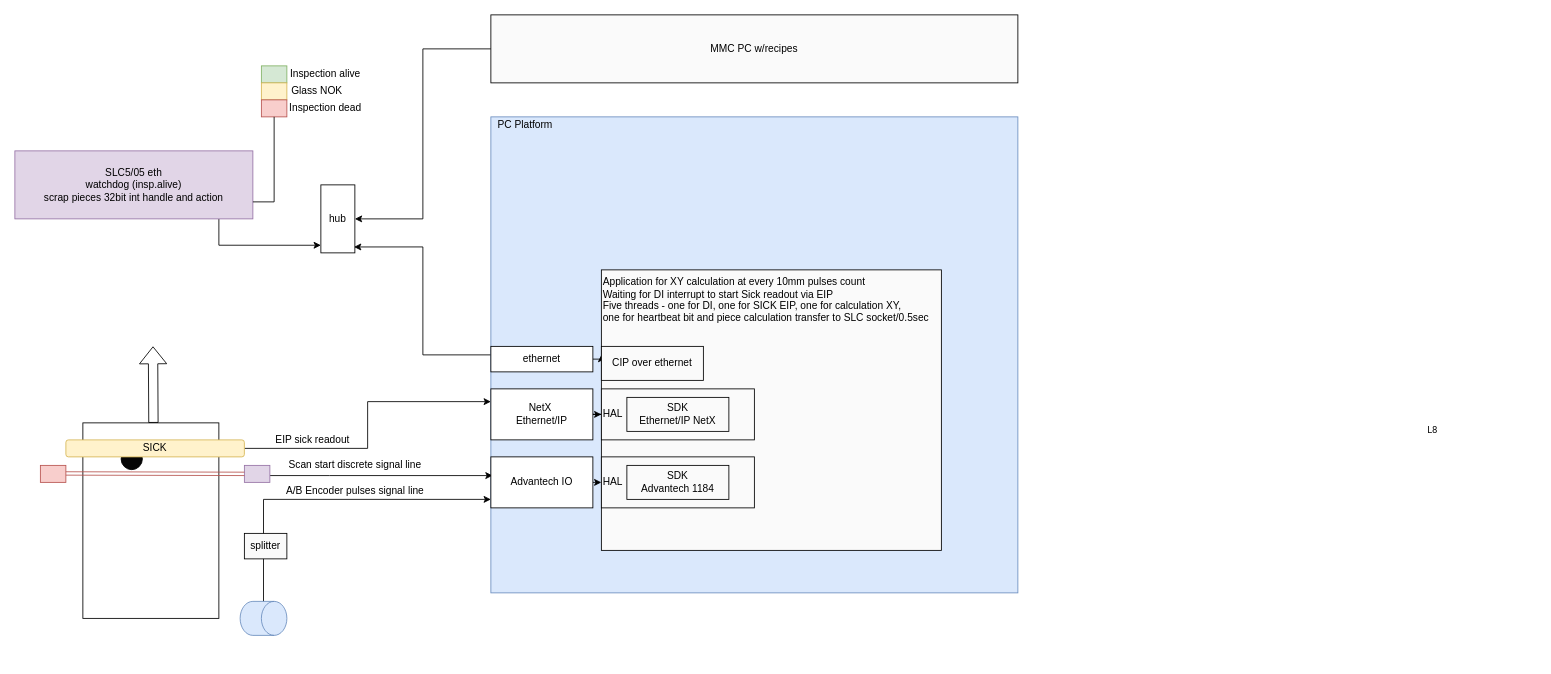
The draw.io diagram page "schema" (1 of 3) of Inspection Platform Dataflow.drawio in megavad/Diagrams, before the edit. Source tidied: cells renumbered, new cells numbered last; positions are measured from the earlier drawing's top-left corner, leaving out a move shared by most shapes. Both pictures are drawn from the tidied source at 85%, with x=0, y=0 at pixel (14, 14).
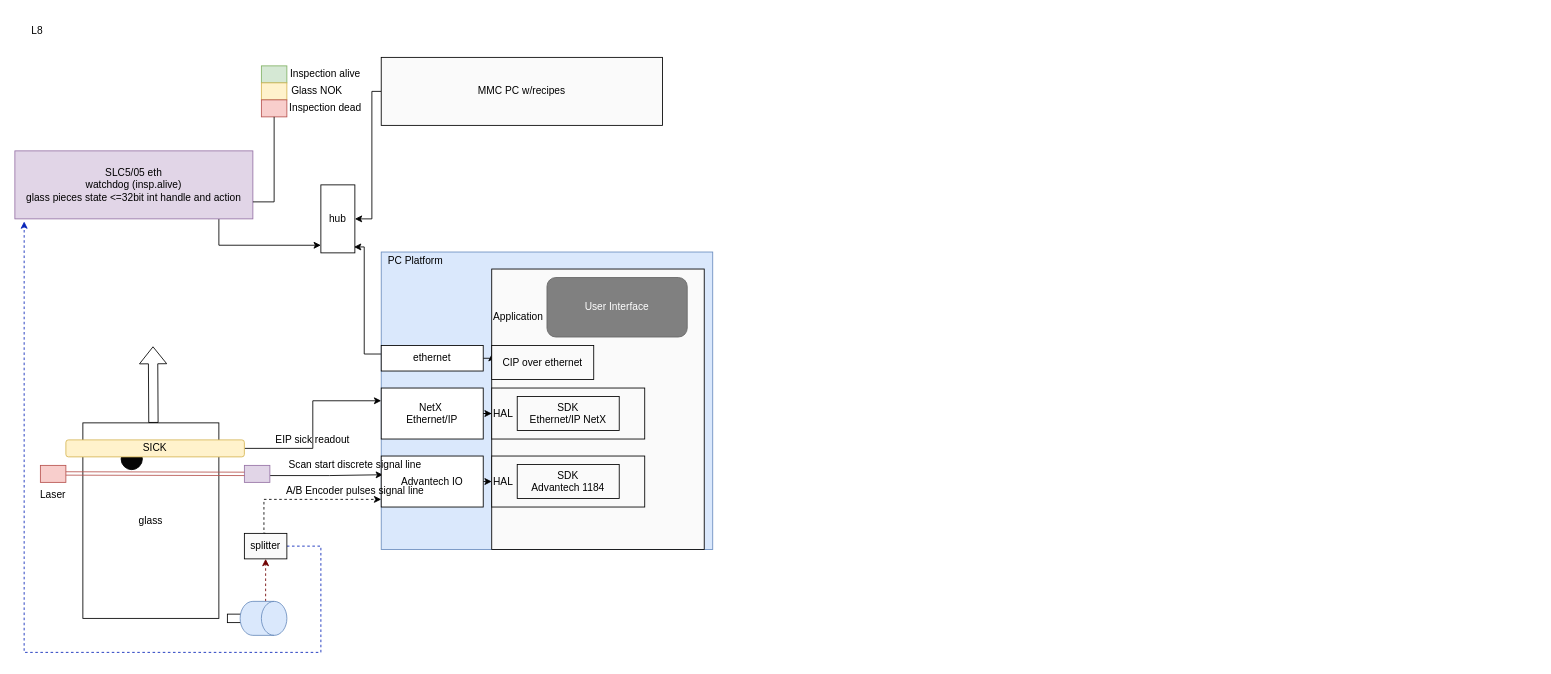
The same diagram, later.

Unchanged cells that the change refers to:
```xml
<mxCell id="9" value="hub" style="rounded=0;whiteSpace=wrap;html=1;" parent="1" vertex="1">
  <mxGeometry x="360" y="200" width="40" height="80" as="geometry" />
</mxCell>
<mxCell id="26" style="shape=cylinder3;whiteSpace=wrap;html=1;boundedLbl=1;backgroundOutline=1;size=15;direction=south;fillColor=#dae8fc;strokeColor=#6c8ebf;" parent="1" vertex="1">
  <mxGeometry x="265" y="690" width="55" height="40" as="geometry" />
</mxCell>
<mxCell id="32" value="splitter" style="rounded=0;whiteSpace=wrap;html=1;fillColor=#FAFAFA;" parent="1" vertex="1">
  <mxGeometry x="270" y="610" width="50" height="30" as="geometry" />
</mxCell>
```

Diff of the diagram source:
```diff
@@
-    <mxCell id="2" value="L8" style="text;html=1;align=left;verticalAlign=top;spacingTop=-4;fontSize=10;fontFamily=Verdana;" parent="1" vertex="1">
-      <mxGeometry x="1660" y="480" width="130" height="20" as="geometry" />
-    </mxCell>
+    <mxCell id="45" style="rounded=0;whiteSpace=wrap;html=1;fontColor=#030303;fillColor=none;" parent="1" vertex="1">
+      <mxGeometry x="250" y="705" width="20" height="10" as="geometry" />
+    </mxCell>
@@
-    <mxCell id="4" value="SLC5/05 eth&lt;br&gt;watchdog (insp.alive)&lt;br&gt;scrap pieces 32bit int handle and action&lt;br&gt;" style="rounded=0;whiteSpace=wrap;html=1;fillColor=#e1d5e7;strokeColor=#9673a6;" parent="1" vertex="1">
+    <mxCell id="4" value="SLC5/05 eth&lt;br&gt;watchdog (insp.alive)&lt;br&gt;glass pieces state &amp;lt;=32bit int handle and action" style="rounded=0;whiteSpace=wrap;html=1;fillColor=#e1d5e7;strokeColor=#9673a6;" parent="1" vertex="1">
       <mxGeometry y="160" width="280" height="80" as="geometry" />
     </mxCell>
@@
     <mxCell id="10" style="edgeStyle=orthogonalEdgeStyle;rounded=0;jettySize=auto;html=1;entryX=0.975;entryY=0.913;entryDx=0;entryDy=0;entryPerimeter=0;" parent="1" edge="1" source="11" target="9">
-      <mxGeometry relative="1" as="geometry" />
+      <mxGeometry relative="1" as="geometry">
+        <Array as="points">
+          <mxPoint x="411" y="399" />
+          <mxPoint x="411" y="273" />
+        </Array>
+      </mxGeometry>
     </mxCell>
     <mxCell id="11" style="rounded=0;whiteSpace=wrap;html=1;fillColor=#dae8fc;strokeColor=#6c8ebf;" parent="1" vertex="1">
-      <mxGeometry x="560" y="120" width="620" height="560" as="geometry" />
+      <mxGeometry x="431" y="279" width="390" height="350" as="geometry" />
     </mxCell>
@@
     <mxCell id="13" value="ethernet" style="rounded=0;whiteSpace=wrap;html=1;" parent="1" vertex="1">
-      <mxGeometry x="560" y="390" width="120" height="30" as="geometry" />
+      <mxGeometry x="431" y="389" width="120" height="30" as="geometry" />
     </mxCell>
@@
     <mxCell id="15" value="NetX&amp;nbsp;&lt;br&gt;Ethernet/IP" style="rounded=0;whiteSpace=wrap;html=1;" parent="1" vertex="1">
-      <mxGeometry x="560" y="440" width="120" height="60" as="geometry" />
+      <mxGeometry x="431" y="439" width="120" height="60" as="geometry" />
     </mxCell>
-    <mxCell id="16" style="rounded=0;whiteSpace=wrap;html=1;" parent="1" vertex="1">
+    <mxCell id="16" value="glass" style="rounded=0;whiteSpace=wrap;html=1;" parent="1" vertex="1">
       <mxGeometry x="80" y="480" width="160" height="230" as="geometry" />
     </mxCell>
@@
     <mxCell id="24" value="Advantech IO" style="rounded=0;whiteSpace=wrap;html=1;" parent="1" vertex="1">
-      <mxGeometry x="560" y="520" width="120" height="60" as="geometry" />
+      <mxGeometry x="431" y="519" width="120" height="60" as="geometry" />
     </mxCell>
-    <mxCell id="25" style="edgeStyle=orthogonalEdgeStyle;rounded=0;jettySize=auto;html=1;" parent="1" edge="1" source="26" target="24">
+    <mxCell id="25" style="edgeStyle=orthogonalEdgeStyle;rounded=0;jettySize=auto;html=1;dashed=1;exitX=0.5;exitY=0;exitDx=0;exitDy=0;" parent="1" edge="1" source="32" target="24">
       <mxGeometry relative="1" as="geometry">
         <Array as="points">
+          <mxPoint x="293" y="610" />
           <mxPoint x="293" y="570" />
         </Array>
       </mxGeometry>
     </mxCell>
+    <mxCell id="46" style="edgeStyle=orthogonalEdgeStyle;rounded=0;jettySize=auto;html=1;dashed=1;fontColor=#030303;strokeColor=#6F0000;strokeWidth=1;fillColor=#a20025;" parent="1" edge="1" source="26" target="32">
+      <mxGeometry relative="1" as="geometry">
+        <Array as="points">
+          <mxPoint x="295" y="680" />
+          <mxPoint x="295" y="680" />
+        </Array>
+      </mxGeometry>
+    </mxCell>
@@
+    <mxCell id="47" style="edgeStyle=orthogonalEdgeStyle;rounded=0;jettySize=auto;html=1;entryX=0.039;entryY=1.038;entryDx=0;entryDy=0;entryPerimeter=0;fontColor=#030303;strokeColor=#0623B8;strokeWidth=1;dashed=1;" parent="1" edge="1" source="32" target="4">
+      <mxGeometry relative="1" as="geometry">
+        <Array as="points">
+          <mxPoint x="360" y="625" />
+          <mxPoint x="360" y="750" />
+          <mxPoint x="11" y="750" />
+        </Array>
+      </mxGeometry>
+    </mxCell>
@@
     <mxCell id="33" value="PC Platform" style="text;html=1;align=center;verticalAlign=middle;strokeColor=none;fillColor=none;" parent="1" vertex="1">
-      <mxGeometry x="560" y="120" width="80" height="20" as="geometry" />
+      <mxGeometry x="431" y="280" width="80" height="20" as="geometry" />
     </mxCell>
@@
-    <mxCell id="36" value="Application for XY calculation at every 10mm pulses count&lt;br&gt;Waiting for DI interrupt to start Sick readout via EIP&amp;nbsp;&lt;br&gt;Five threads - one for DI, one for SICK EIP, one for calculation XY,&lt;br&gt;one for heartbeat bit and piece calculation transfer to SLC socket/0.5sec&lt;br&gt;&lt;br&gt;&lt;br&gt;&lt;br&gt;&lt;br&gt;&lt;br&gt;&lt;br&gt;&lt;br&gt;&lt;br&gt;&lt;br&gt;&lt;br&gt;&lt;br&gt;&lt;br&gt;&lt;br&gt;&lt;br&gt;&lt;br&gt;&lt;br&gt;&lt;br&gt;&lt;br&gt;" style="rounded=0;whiteSpace=wrap;html=1;fillColor=#FAFAFA;align=left;" parent="1" vertex="1">
-      <mxGeometry x="690" y="300" width="400" height="330" as="geometry" />
+    <mxCell id="36" value="Application&amp;nbsp;&lt;br&gt;&lt;br&gt;&lt;br&gt;&lt;br&gt;&lt;br&gt;&lt;br&gt;&lt;br&gt;&lt;br&gt;&lt;br&gt;&lt;br&gt;&lt;br&gt;&lt;br&gt;&lt;br&gt;&lt;br&gt;&lt;br&gt;&lt;br&gt;" style="rounded=0;whiteSpace=wrap;html=1;fillColor=#FAFAFA;align=left;" parent="1" vertex="1">
+      <mxGeometry x="561" y="299" width="250" height="330" as="geometry" />
     </mxCell>
@@
     <mxCell id="38" value="HAL" style="rounded=0;whiteSpace=wrap;html=1;fillColor=#FAFAFA;align=left;" parent="1" vertex="1">
-      <mxGeometry x="690" y="440" width="180" height="60" as="geometry" />
+      <mxGeometry x="561" y="439" width="180" height="60" as="geometry" />
     </mxCell>
     <mxCell id="39" value="SDK &lt;br&gt;Ethernet/IP NetX" style="rounded=0;whiteSpace=wrap;html=1;fillColor=#FAFAFA;" parent="1" vertex="1">
-      <mxGeometry x="720" y="450" width="120" height="40" as="geometry" />
+      <mxGeometry x="591" y="449" width="120" height="40" as="geometry" />
     </mxCell>
     <mxCell id="40" value="HAL" style="rounded=0;whiteSpace=wrap;html=1;fillColor=#FAFAFA;align=left;" parent="1" vertex="1">
-      <mxGeometry x="690" y="520" width="180" height="60" as="geometry" />
+      <mxGeometry x="561" y="519" width="180" height="60" as="geometry" />
     </mxCell>
     <mxCell id="41" value="SDK &lt;br&gt;Advantech 1184" style="rounded=0;whiteSpace=wrap;html=1;fillColor=#FAFAFA;" parent="1" vertex="1">
-      <mxGeometry x="720" y="530" width="120" height="40" as="geometry" />
+      <mxGeometry x="591" y="529" width="120" height="40" as="geometry" />
     </mxCell>
     <mxCell id="42" value="CIP over ethernet" style="rounded=0;whiteSpace=wrap;html=1;fillColor=#FAFAFA;" parent="1" vertex="1">
-      <mxGeometry x="690" y="390" width="120" height="40" as="geometry" />
+      <mxGeometry x="561" y="389" width="120" height="40" as="geometry" />
     </mxCell>
     <mxCell id="43" style="edgeStyle=orthogonalEdgeStyle;rounded=0;jettySize=auto;html=1;entryX=1;entryY=0.5;entryDx=0;entryDy=0;" parent="1" edge="1" source="44" target="9">
-      <mxGeometry relative="1" as="geometry" />
+      <mxGeometry relative="1" as="geometry">
+        <Array as="points">
+          <mxPoint x="420" y="90" />
+          <mxPoint x="420" y="240" />
+        </Array>
+      </mxGeometry>
     </mxCell>
     <mxCell id="44" value="MMC PC w/recipes" style="rounded=0;whiteSpace=wrap;html=1;fillColor=#FAFAFA;" parent="1" vertex="1">
-      <mxGeometry x="560" width="620" height="80" as="geometry" />
+      <mxGeometry x="431" y="50" width="331" height="80" as="geometry" />
     </mxCell>
+    <mxCell id="48" value="Laser" style="text;html=1;strokeColor=none;fillColor=none;align=center;verticalAlign=middle;whiteSpace=wrap;rounded=0;fontColor=#030303;" parent="1" vertex="1">
+      <mxGeometry x="15" y="550" width="60" height="30" as="geometry" />
+    </mxCell>
+    <mxCell id="49" value="&lt;font color=&quot;#ffffff&quot;&gt;User Interface&lt;/font&gt;" style="rounded=1;whiteSpace=wrap;html=1;fontColor=#333333;fillColor=#808080;strokeColor=#666666;" parent="1" vertex="1">
+      <mxGeometry x="626" y="309" width="165" height="70" as="geometry" />
+    </mxCell>
+    <mxCell id="2" value="L8" style="text;html=1;align=center;verticalAlign=middle;strokeColor=none;fillColor=none;fontColor=#030303;" parent="1" vertex="1">
+      <mxGeometry x="11" y="9" width="30" height="20" as="geometry" />
+    </mxCell>
```
